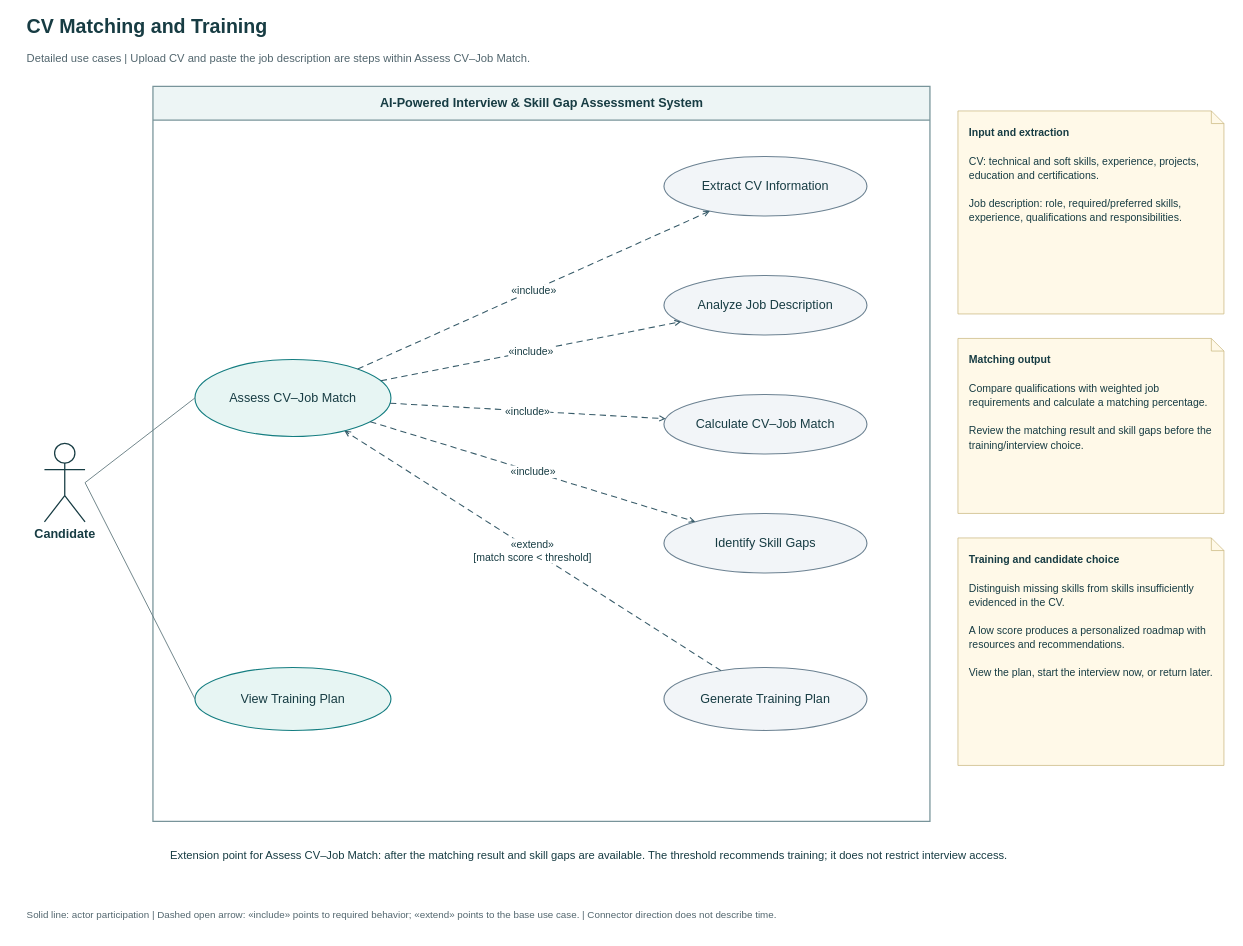
Earlier version of the draw.io diagram page "CV Matching and Training" (4 of 10) of AI Interview - Use Case Model.drawio (ziadhalaby/AI-Interview-Skill-Gap). Source tidied: cells renumbered, new cells numbered last; positions are measured from the earlier drawing's top-left corner, leaving out a move shared by most shapes. Both pictures are drawn from the tidied source at 70%, with x=0, y=0 at pixel (27, 12).
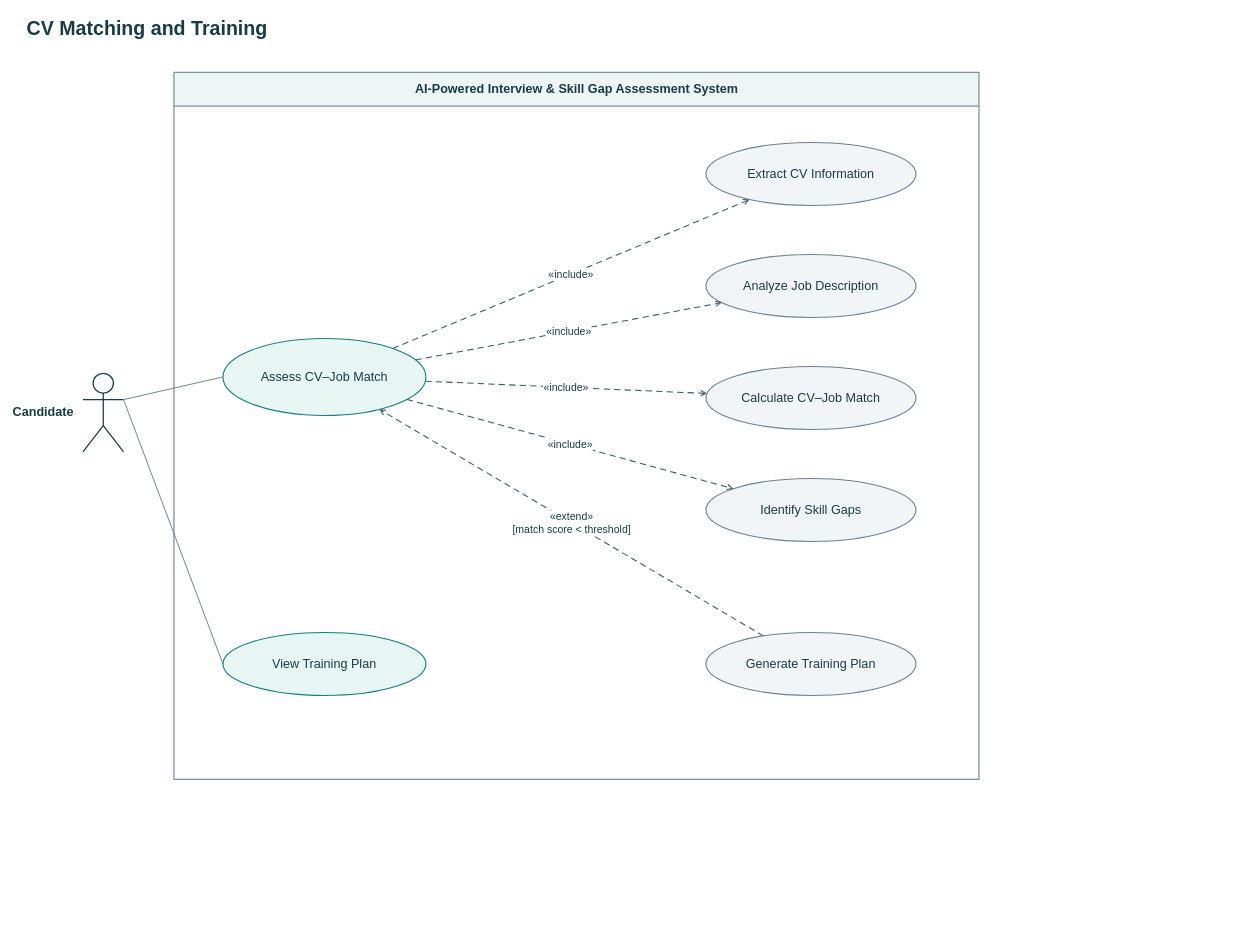
The same page after the edit.

Commit message (it also covers changes not shown here):
Update use case model with latest project changes

Diff of the diagram source:
```diff
@@
     <mxCell id="2" value="CV Matching and Training" style="html=1;fontFamily=Arial;fontColor=#173C43;text;whiteSpace=wrap;overflow=hidden;strokeColor=none;fillColor=none;fontSize=28;fontStyle=1;fontColor=#173C43;align=left;verticalAlign=middle;spacing=0;" parent="1" vertex="1">
-      <mxGeometry width="1720" height="40" as="geometry" />
+      <mxGeometry width="1390" height="46" as="geometry" />
     </mxCell>
-    <mxCell id="3" value="Detailed use cases | Upload CV and paste the job description are steps within Assess CV–Job Match." style="html=1;fontFamily=Arial;fontColor=#173C43;text;whiteSpace=wrap;overflow=hidden;strokeColor=none;fillColor=none;fontSize=16;fontStyle=0;fontColor=#52666E;align=left;verticalAlign=middle;spacing=0;" parent="1" vertex="1">
-      <mxGeometry y="48" width="1720" height="36" as="geometry" />
-    </mxCell>
     <mxCell id="4" value="AI-Powered Interview &amp; Skill Gap Assessment System" style="html=1;fontFamily=Arial;fontColor=#173C43;swimlane;horizontal=1;startSize=48;rounded=0;strokeWidth=1.8;strokeColor=#78949A;fillColor=#EDF5F5;swimlaneFillColor=#FFFFFF;fontSize=18;fontStyle=1;align=center;" parent="1" vertex="1">
-      <mxGeometry x="180" y="106" width="1110" height="1050" as="geometry" />
+      <mxGeometry x="210" y="86" width="1150" height="1010" as="geometry" />
     </mxCell>
-    <mxCell id="5" value="Candidate" style="html=1;fontFamily=Arial;fontColor=#173C43;shape=umlActor;verticalLabelPosition=bottom;verticalAlign=top;align=center;fontSize=18;fontStyle=1;strokeWidth=1.8;strokeColor=#173C43;fillColor=#FFFFFF;labelBackgroundColor=#FFFFFF;" parent="1" vertex="1">
-      <mxGeometry x="25" y="616" width="58" height="112" as="geometry" />
+    <mxCell id="5" value="Candidate" style="html=1;fontFamily=Arial;fontColor=#173C43;shape=umlActor;verticalLabelPosition=bottom;verticalAlign=top;align=center;fontSize=18;fontStyle=1;strokeWidth=1.8;strokeColor=#173C43;fillColor=#FFFFFF;labelBackgroundColor=#FFFFFF;labelPosition=left;verticalLabelPosition=middle;verticalAlign=middle;align=right;spacingRight=12;labelPosition=left;verticalLabelPosition=middle;verticalAlign=middle;align=right;spacingRight=12;labelPosition=left;verticalLabelPosition=middle;verticalAlign=middle;align=right;spacingRight=12;" parent="1" vertex="1">
+      <mxGeometry x="80" y="516" width="58" height="112" as="geometry" />
     </mxCell>
     <mxCell id="6" value="Assess CV–Job Match" style="html=1;fontFamily=Arial;fontColor=#173C43;ellipse;whiteSpace=wrap;overflow=hidden;fillColor=#E7F5F3;strokeColor=#147D80;strokeWidth=1.6;fontSize=18;align=center;verticalAlign=middle;spacing=10;" parent="4" vertex="1">
-      <mxGeometry x="60" y="390" width="280" height="110" as="geometry" />
+      <mxGeometry x="70" y="380" width="290" height="110" as="geometry" />
     </mxCell>
     <mxCell id="7" value="View Training Plan" style="html=1;fontFamily=Arial;fontColor=#173C43;ellipse;whiteSpace=wrap;overflow=hidden;fillColor=#E7F5F3;strokeColor=#147D80;strokeWidth=1.6;fontSize=18;align=center;verticalAlign=middle;spacing=10;" parent="4" vertex="1">
-      <mxGeometry x="60" y="830" width="280" height="90" as="geometry" />
+      <mxGeometry x="70" y="800" width="290" height="90" as="geometry" />
     </mxCell>
-    <mxCell id="8" style="html=1;fontFamily=Arial;fontSize=15;fontColor=#173C43;labelBackgroundColor=#FFFFFF;align=center;verticalAlign=middle;endArrow=none;startArrow=none;strokeColor=#647B81;strokeWidth=1.3;exitX=1;exitY=0.5;exitPerimeter=1;entryX=0;entryY=0.5;entryPerimeter=1;" parent="1" edge="1" source="5" target="6">
+    <mxCell id="8" style="html=1;fontFamily=Arial;fontSize=15;fontColor=#173C43;labelBackgroundColor=#FFFFFF;align=center;verticalAlign=middle;endArrow=none;startArrow=none;strokeColor=#647B81;strokeWidth=1.3;exitX=1;exitY=0.333333;exitPerimeter=1;entryX=0;entryY=0.5;entryPerimeter=1;" parent="1" edge="1" source="5" target="6">
       <mxGeometry relative="1" as="geometry" />
     </mxCell>
-    <mxCell id="9" style="html=1;fontFamily=Arial;fontSize=15;fontColor=#173C43;labelBackgroundColor=#FFFFFF;align=center;verticalAlign=middle;endArrow=none;startArrow=none;strokeColor=#647B81;strokeWidth=1.3;exitX=1;exitY=0.5;exitPerimeter=1;entryX=0;entryY=0.5;entryPerimeter=1;" parent="1" edge="1" source="5" target="7">
+    <mxCell id="9" style="html=1;fontFamily=Arial;fontSize=15;fontColor=#173C43;labelBackgroundColor=#FFFFFF;align=center;verticalAlign=middle;endArrow=none;startArrow=none;strokeColor=#647B81;strokeWidth=1.3;exitX=1;exitY=0.333333;exitPerimeter=1;entryX=0;entryY=0.5;entryPerimeter=1;" parent="1" edge="1" source="5" target="7">
       <mxGeometry relative="1" as="geometry" />
     </mxCell>
     <mxCell id="10" value="Extract CV Information" style="html=1;fontFamily=Arial;fontColor=#173C43;ellipse;whiteSpace=wrap;overflow=hidden;fillColor=#F2F5F8;strokeColor=#6C8292;strokeWidth=1.6;fontSize=18;align=center;verticalAlign=middle;spacing=10;" parent="4" vertex="1">
-      <mxGeometry x="730" y="100" width="290" height="85" as="geometry" />
+      <mxGeometry x="760" y="100" width="300" height="90" as="geometry" />
     </mxCell>
@@
     <mxCell id="12" value="Analyze Job Description" style="html=1;fontFamily=Arial;fontColor=#173C43;ellipse;whiteSpace=wrap;overflow=hidden;fillColor=#F2F5F8;strokeColor=#6C8292;strokeWidth=1.6;fontSize=18;align=center;verticalAlign=middle;spacing=10;" parent="4" vertex="1">
-      <mxGeometry x="730" y="270" width="290" height="85" as="geometry" />
+      <mxGeometry x="760" y="260" width="300" height="90" as="geometry" />
     </mxCell>
@@
     <mxCell id="14" value="Calculate CV–Job Match" style="html=1;fontFamily=Arial;fontColor=#173C43;ellipse;whiteSpace=wrap;overflow=hidden;fillColor=#F2F5F8;strokeColor=#6C8292;strokeWidth=1.6;fontSize=18;align=center;verticalAlign=middle;spacing=10;" parent="4" vertex="1">
-      <mxGeometry x="730" y="440" width="290" height="85" as="geometry" />
+      <mxGeometry x="760" y="420" width="300" height="90" as="geometry" />
     </mxCell>
@@
     <mxCell id="16" value="Identify Skill Gaps" style="html=1;fontFamily=Arial;fontColor=#173C43;ellipse;whiteSpace=wrap;overflow=hidden;fillColor=#F2F5F8;strokeColor=#6C8292;strokeWidth=1.6;fontSize=18;align=center;verticalAlign=middle;spacing=10;" parent="4" vertex="1">
-      <mxGeometry x="730" y="610" width="290" height="85" as="geometry" />
+      <mxGeometry x="760" y="580" width="300" height="90" as="geometry" />
     </mxCell>
@@
     <mxCell id="18" value="Generate Training Plan" style="html=1;fontFamily=Arial;fontColor=#173C43;ellipse;whiteSpace=wrap;overflow=hidden;fillColor=#F2F5F8;strokeColor=#6C8292;strokeWidth=1.6;fontSize=18;align=center;verticalAlign=middle;spacing=10;" parent="4" vertex="1">
-      <mxGeometry x="730" y="830" width="290" height="90" as="geometry" />
+      <mxGeometry x="760" y="800" width="300" height="90" as="geometry" />
     </mxCell>
@@
-    <mxCell id="20" value="&lt;div style=&quot;line-height:1.35;text-align:left;&quot;&gt;&lt;b&gt;Input and extraction&lt;/b&gt;&lt;br&gt;&lt;br&gt;CV: technical and soft skills, experience, projects, education and certifications.&lt;br&gt;&lt;br&gt;Job description: role, required/preferred skills, experience, qualifications and responsibilities.&lt;/div&gt;" style="html=1;fontFamily=Arial;fontColor=#173C43;shape=note;size=18;whiteSpace=wrap;fillColor=#FFF9E8;strokeColor=#C7B57B;strokeWidth=1;align=left;verticalAlign=top;spacing=16;fontSize=15;" parent="1" vertex="1">
-      <mxGeometry x="1330" y="141" width="380" height="290" as="geometry" />
-    </mxCell>
-    <mxCell id="21" value="&lt;div style=&quot;line-height:1.35;text-align:left;&quot;&gt;&lt;b&gt;Matching output&lt;/b&gt;&lt;br&gt;&lt;br&gt;Compare qualifications with weighted job requirements and calculate a matching percentage.&lt;br&gt;&lt;br&gt;Review the matching result and skill gaps before the training/interview choice.&lt;/div&gt;" style="html=1;fontFamily=Arial;fontColor=#173C43;shape=note;size=18;whiteSpace=wrap;fillColor=#FFF9E8;strokeColor=#C7B57B;strokeWidth=1;align=left;verticalAlign=top;spacing=16;fontSize=15;" parent="1" vertex="1">
-      <mxGeometry x="1330" y="466" width="380" height="250" as="geometry" />
-    </mxCell>
-    <mxCell id="22" value="&lt;div style=&quot;line-height:1.35;text-align:left;&quot;&gt;&lt;b&gt;Training and candidate choice&lt;/b&gt;&lt;br&gt;&lt;br&gt;Distinguish missing skills from skills insufficiently evidenced in the CV.&lt;br&gt;&lt;br&gt;A low score produces a personalized roadmap with resources and recommendations.&lt;br&gt;&lt;br&gt;View the plan, start the interview now, or return later.&lt;/div&gt;" style="html=1;fontFamily=Arial;fontColor=#173C43;shape=note;size=18;whiteSpace=wrap;fillColor=#FFF9E8;strokeColor=#C7B57B;strokeWidth=1;align=left;verticalAlign=top;spacing=16;fontSize=15;" parent="1" vertex="1">
-      <mxGeometry x="1330" y="751" width="380" height="325" as="geometry" />
-    </mxCell>
-    <mxCell id="23" value="Extension point for Assess CV–Job Match: after the matching result and skill gaps are available. The threshold recommends training; it does not restrict interview access." style="html=1;fontFamily=Arial;fontColor=#173C43;text;whiteSpace=wrap;overflow=hidden;strokeColor=none;fillColor=none;fontSize=16;fontStyle=0;fontColor=#173C43;align=left;verticalAlign=middle;spacing=0;" parent="1" vertex="1">
-      <mxGeometry x="205" y="1176" width="1510" height="55" as="geometry" />
-    </mxCell>
-    <mxCell id="24" value="Solid line: actor participation  |  Dashed open arrow: «include» points to required behavior; «extend» points to the base use case.  |  Connector direction does not describe time." style="html=1;fontFamily=Arial;fontColor=#173C43;text;whiteSpace=wrap;overflow=hidden;strokeColor=none;fillColor=none;fontSize=14;fontStyle=0;fontColor=#52666E;align=left;verticalAlign=middle;spacing=0;" parent="1" vertex="1">
-      <mxGeometry y="1261" width="1720" height="56" as="geometry" />
-    </mxCell>
```
